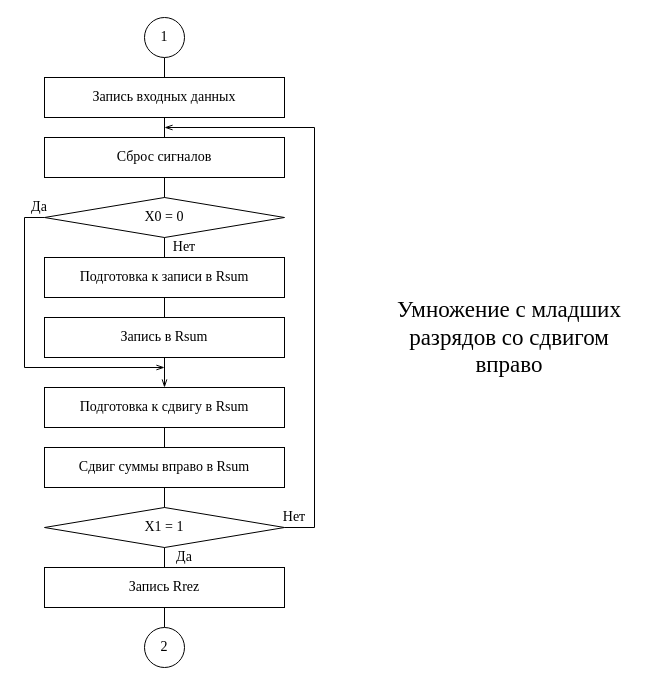
Above: page "Страница 2" (1 of 2) of 02/0200.drawio in Hummel009/AKTiOS (draw.io), before the change. Source tidied: cells renumbered, new cells numbered last; positions are measured from the earlier drawing's top-left corner, leaving out a move shared by most shapes. Both pictures are drawn from the tidied source at 100%, with x=0, y=0 at pixel (24, 17).
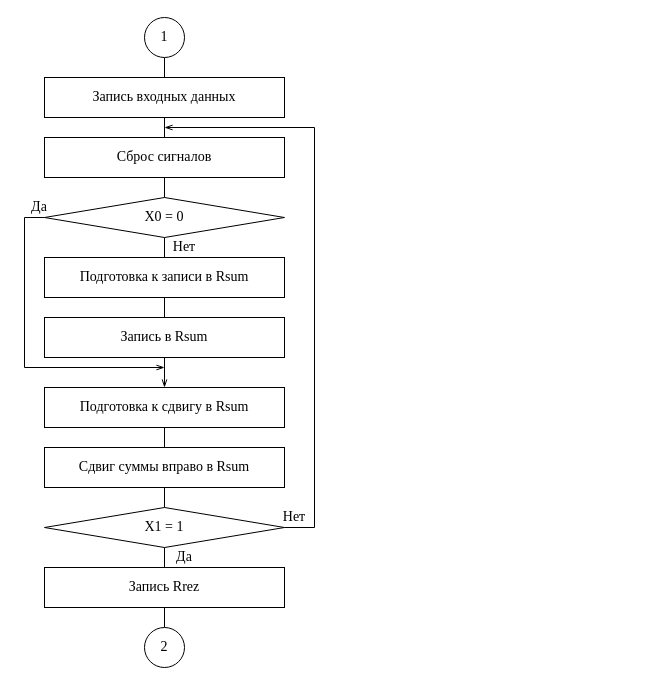
The same page after the edit.

What changed in the source:
```diff
@@
-    <mxCell id="22" value="Умножение с младших разрядов со сдвигом вправо" style="text;html=1;strokeColor=none;fillColor=none;align=center;verticalAlign=middle;whiteSpace=wrap;rounded=0;fontSize=23;fontFamily=Times New Roman;" parent="1" vertex="1">
-      <mxGeometry x="350" y="220" width="270" height="200" as="geometry" />
-    </mxCell>
```
